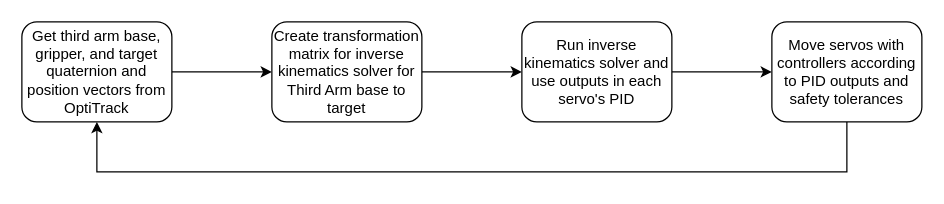
hrc2/third_arm_project keeps this draw.io diagram as motion planning pipeline.drawio. Above is the earlier version. Source tidied: cells renumbered, new cells numbered last; positions are measured from the earlier drawing's top-left corner, leaving out a move shared by most shapes. Both pictures are drawn from the tidied source at 125%, with x=0, y=0 at pixel (21, 21).
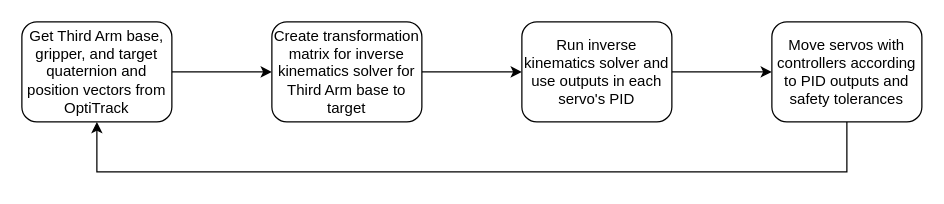
The same diagram, later.

Diff of the diagram source:
```diff
@@
 <mxGraphModel>
   <root>
     <mxCell id="0" />
     <mxCell id="1" parent="0" />
     <mxCell id="2" style="edgeStyle=orthogonalEdgeStyle;rounded=0;jettySize=auto;html=1;" parent="1" edge="1" source="3" target="5">
       <mxGeometry relative="1" as="geometry" />
     </mxCell>
-    <mxCell id="3" value="Get third arm base, gripper, and target quaternion and position vectors from OptiTrack" style="rounded=1;whiteSpace=wrap;html=1;" parent="1" vertex="1">
+    <mxCell id="3" value="Get Third Arm base, gripper, and target quaternion and position vectors from OptiTrack" style="rounded=1;whiteSpace=wrap;html=1;" parent="1" vertex="1">
       <mxGeometry width="120" height="80" as="geometry" />
     </mxCell>
     <mxCell id="4" style="edgeStyle=orthogonalEdgeStyle;rounded=0;jettySize=auto;html=1;" parent="1" edge="1" source="5" target="7">
       <mxGeometry relative="1" as="geometry" />
     </mxCell>
     <mxCell id="5" value="Create transformation matrix for inverse kinematics solver for Third Arm base to target" style="whiteSpace=wrap;html=1;rounded=1;" parent="1" vertex="1">
       <mxGeometry x="200" width="120" height="80" as="geometry" />
     </mxCell>
     <mxCell id="6" style="edgeStyle=orthogonalEdgeStyle;rounded=0;jettySize=auto;html=1;" parent="1" edge="1" source="7" target="9">
       <mxGeometry relative="1" as="geometry" />
     </mxCell>
     <mxCell id="7" value="Run inverse kinematics solver and use outputs in each servo's PID" style="whiteSpace=wrap;html=1;rounded=1;" parent="1" vertex="1">
       <mxGeometry x="400" width="120" height="80" as="geometry" />
     </mxCell>
     <mxCell id="8" style="edgeStyle=orthogonalEdgeStyle;rounded=0;jettySize=auto;html=1;entryX=0.5;entryY=1;entryDx=0;entryDy=0;" parent="1" edge="1" source="9" target="3">
       <mxGeometry relative="1" as="geometry">
         <Array as="points">
           <mxPoint x="660" y="120" />
           <mxPoint x="60" y="120" />
         </Array>
       </mxGeometry>
     </mxCell>
     <mxCell id="9" value="Move servos with controllers according to PID outputs and safety tolerances" style="whiteSpace=wrap;html=1;rounded=1;" parent="1" vertex="1">
       <mxGeometry x="600" width="120" height="80" as="geometry" />
     </mxCell>
   </root>
 </mxGraphModel>
```
